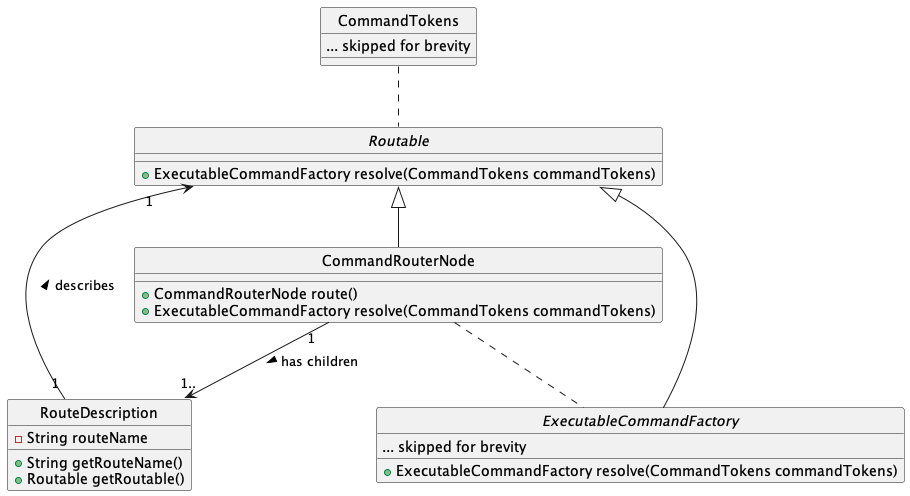
This is docs/images/RouterUML.png from nus-cs2113-AY2223S2/tp, a PlantUML export, as it was before one commit.
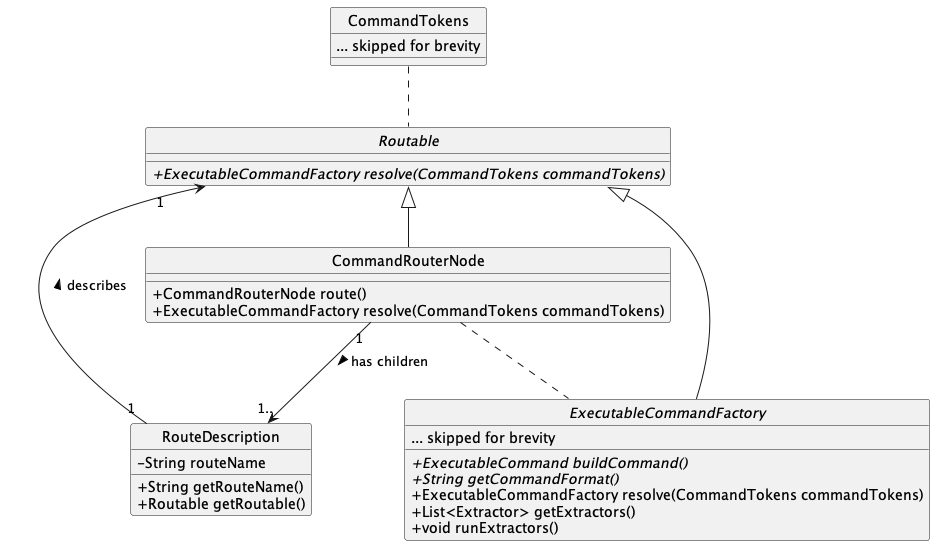
After the commit.

Commit message:
Add extractor information to the developer guide

Diff of the diagram source:
```diff
@@ -2,7 +2,7 @@
 !include Style.puml
 
 interface Routable {
-+ ExecutableCommandFactory resolve(CommandTokens commandTokens)
++ {abstract} ExecutableCommandFactory resolve(CommandTokens commandTokens)
 }
 class CommandRouterNode {
 + CommandRouterNode route()
@@ -19,7 +19,11 @@
 }
 abstract class ExecutableCommandFactory {
 ... skipped for brevity
++ {abstract} ExecutableCommand buildCommand()
++ {abstract} String getCommandFormat()
 + ExecutableCommandFactory resolve(CommandTokens commandTokens)
++ List<Extractor> getExtractors()
++ void runExtractors()
 }
 
 Routable .up. CommandTokens
```
